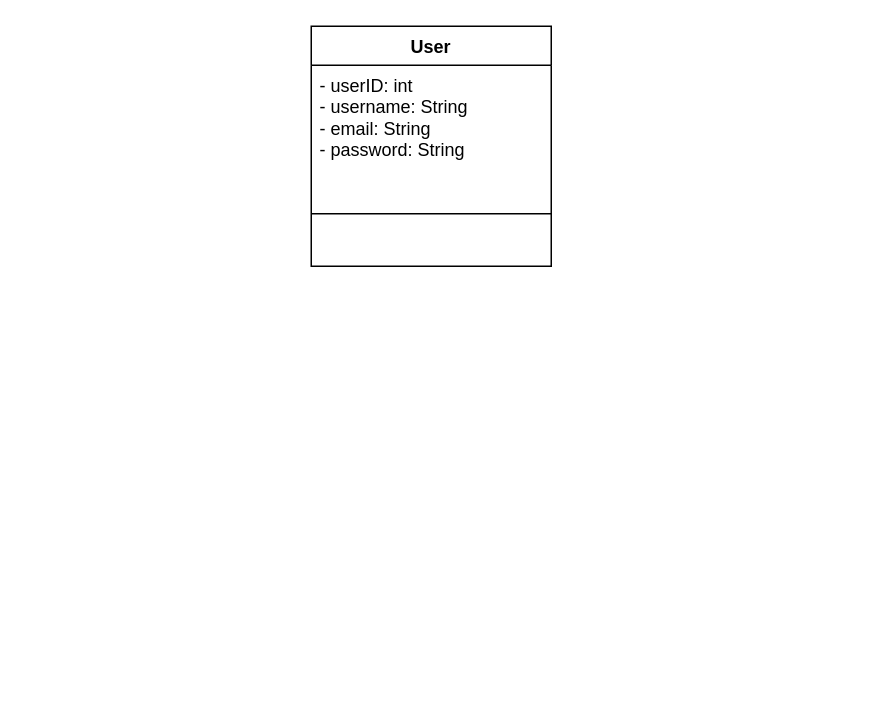
Above: Untitled Diagram.drawio in adhambasha1155/Uml (draw.io), before the change. Source tidied: cells renumbered, new cells numbered last; positions are measured from the earlier drawing's top-left corner, leaving out a move shared by most shapes. Both pictures are drawn from the tidied source at 150%, with x=0, y=0 at pixel (310, 26).
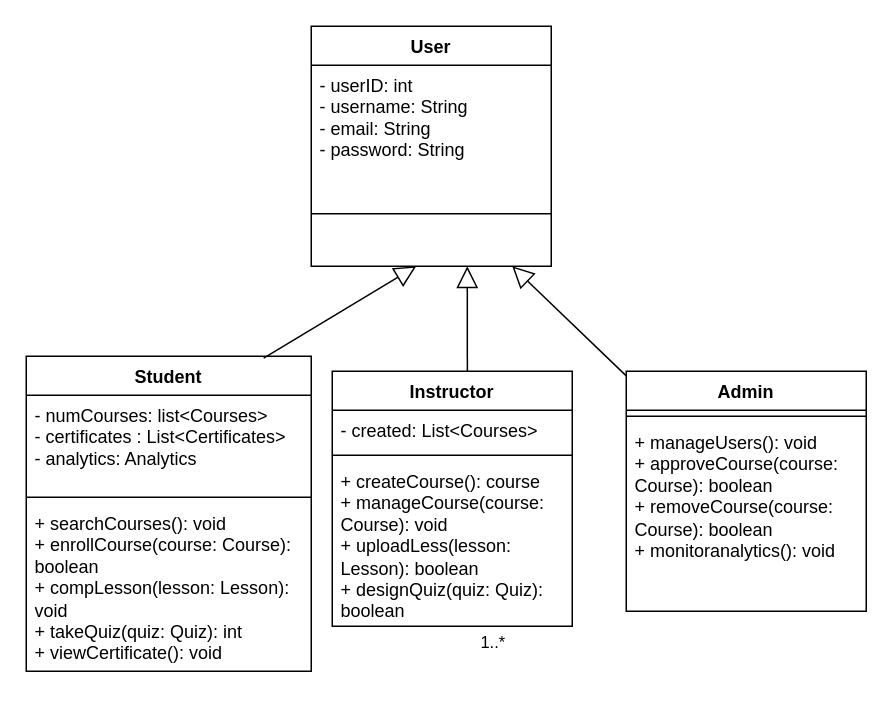
After the change.

Diff of the diagram source:
```diff
@@
+    <mxCell id="5" value="Student" style="swimlane;fontStyle=1;align=center;verticalAlign=top;horizontal=1;startSize=26;whiteSpace=wrap;html=1;" parent="1" vertex="1">
+      <mxGeometry x="-190" y="220" width="190" height="210" as="geometry" />
+    </mxCell>
+    <mxCell id="6" value="- numCourses: list&amp;lt;Courses&amp;gt;&lt;div&gt;- certificates : List&amp;lt;Certificates&amp;gt;&amp;nbsp;&lt;/div&gt;&lt;div&gt;- analytics: Analytics&lt;/div&gt;" style="text;strokeColor=none;fillColor=none;align=left;verticalAlign=top;spacingLeft=4;spacingRight=4;overflow=hidden;whiteSpace=wrap;html=1;" parent="5" vertex="1">
+      <mxGeometry y="26" width="190" height="64" as="geometry" />
+    </mxCell>
+    <mxCell id="7" style="line;strokeWidth=1;fillColor=none;align=left;verticalAlign=middle;spacingTop=-1;spacingLeft=3;spacingRight=3;labelPosition=right;strokeColor=inherit;" parent="5" vertex="1">
+      <mxGeometry y="90" width="190" height="8" as="geometry" />
+    </mxCell>
+    <mxCell id="8" value="&lt;div&gt;+ searchCourses(): void&lt;/div&gt;+ enrollCourse(course: Course): boolean&lt;div&gt;+ compLesson(lesson: Lesson): void&lt;/div&gt;&lt;div&gt;+ takeQuiz(quiz: Quiz): int&lt;/div&gt;&lt;div&gt;+ viewCertificate(): void&lt;/div&gt;" style="text;strokeColor=none;fillColor=none;align=left;verticalAlign=top;spacingLeft=4;spacingRight=4;overflow=hidden;whiteSpace=wrap;html=1;" parent="5" vertex="1">
+      <mxGeometry y="98" width="190" height="112" as="geometry" />
+    </mxCell>
+    <mxCell id="9" style="endArrow=block;endFill=0;endSize=12;html=1;rounded=0;entryX=0.5;entryY=1;entryDx=0;entryDy=0;exitX=0.833;exitY=0.006;exitDx=0;exitDy=0;exitPerimeter=0;" parent="1" edge="1" source="5">
+      <mxGeometry relative="1" as="geometry">
+        <mxPoint x="70" y="160" as="targetPoint" />
+      </mxGeometry>
+    </mxCell>
+    <mxCell id="10" value="Instructor" style="swimlane;fontStyle=1;align=center;verticalAlign=top;horizontal=1;startSize=26;whiteSpace=wrap;html=1;" parent="1" vertex="1">
+      <mxGeometry x="14" y="230" width="160" height="170" as="geometry" />
+    </mxCell>
+    <mxCell id="11" value="- created: List&amp;lt;Courses&amp;gt;" style="text;strokeColor=none;fillColor=none;align=left;verticalAlign=top;spacingLeft=4;spacingRight=4;overflow=hidden;whiteSpace=wrap;html=1;" parent="10" vertex="1">
+      <mxGeometry y="26" width="160" height="26" as="geometry" />
+    </mxCell>
+    <mxCell id="12" style="line;strokeWidth=1;fillColor=none;align=left;verticalAlign=middle;spacingTop=-1;spacingLeft=3;spacingRight=3;labelPosition=right;strokeColor=inherit;" parent="10" vertex="1">
+      <mxGeometry y="52" width="160" height="8" as="geometry" />
+    </mxCell>
+    <mxCell id="13" value="+ createCourse(): course&lt;div&gt;+ manageCourse(course: Course): void&lt;/div&gt;&lt;div&gt;+ uploadLess(lesson: Lesson): boolean&lt;/div&gt;&lt;div&gt;+ designQuiz(quiz: Quiz): boolean&lt;/div&gt;" style="text;strokeColor=none;fillColor=none;align=left;verticalAlign=top;spacingLeft=4;spacingRight=4;overflow=hidden;whiteSpace=wrap;html=1;" parent="10" vertex="1">
+      <mxGeometry y="60" width="160" height="110" as="geometry" />
+    </mxCell>
+    <mxCell id="14" style="endArrow=block;endFill=0;endSize=12;html=1;rounded=0;entryX=0.5;entryY=1;entryDx=0;entryDy=0;exitX=0.563;exitY=0;exitDx=0;exitDy=0;exitPerimeter=0;" parent="1" edge="1" source="10">
+      <mxGeometry relative="1" as="geometry">
+        <mxPoint x="104" y="160" as="targetPoint" />
+      </mxGeometry>
+    </mxCell>
+    <mxCell id="15" style="endArrow=block;endFill=0;endSize=12;html=1;rounded=0;" parent="1" edge="1" source="17">
+      <mxGeometry relative="1" as="geometry">
+        <mxPoint x="134" y="160" as="targetPoint" />
+      </mxGeometry>
+    </mxCell>
+    <mxCell id="16" style="endArrow=open;endFill=1;endSize=12;html=1;rounded=0;" parent="1" edge="1" target="17">
+      <mxGeometry relative="1" as="geometry">
+        <mxPoint x="284" y="230" as="sourcePoint" />
+      </mxGeometry>
+    </mxCell>
+    <mxCell id="17" value="Admin" style="swimlane;fontStyle=1;align=center;verticalAlign=top;horizontal=1;startSize=26;whiteSpace=wrap;html=1;" parent="1" vertex="1">
+      <mxGeometry x="210" y="230" width="160" height="160" as="geometry" />
+    </mxCell>
+    <mxCell id="18" style="line;strokeWidth=1;fillColor=none;align=left;verticalAlign=middle;spacingTop=-1;spacingLeft=3;spacingRight=3;labelPosition=right;strokeColor=inherit;" parent="17" vertex="1">
+      <mxGeometry y="26" width="160" height="8" as="geometry" />
+    </mxCell>
+    <mxCell id="19" value="+ manageUsers(): void&lt;div&gt;+ approveCourse(course: Course): boolean&lt;/div&gt;&lt;div&gt;+ removeCourse(course: Course): boolean&lt;/div&gt;&lt;div&gt;+ monitoranalytics(): void&lt;/div&gt;" style="text;strokeColor=none;fillColor=none;align=left;verticalAlign=top;spacingLeft=4;spacingRight=4;overflow=hidden;whiteSpace=wrap;html=1;" parent="17" vertex="1">
+      <mxGeometry y="34" width="160" height="126" as="geometry" />
+    </mxCell>
+    <mxCell id="20" value="1..*" style="edgeLabel;html=1;align=center;verticalAlign=middle;" parent="1" vertex="1">
+      <mxGeometry x="120" y="410" as="geometry" />
+    </mxCell>
```
